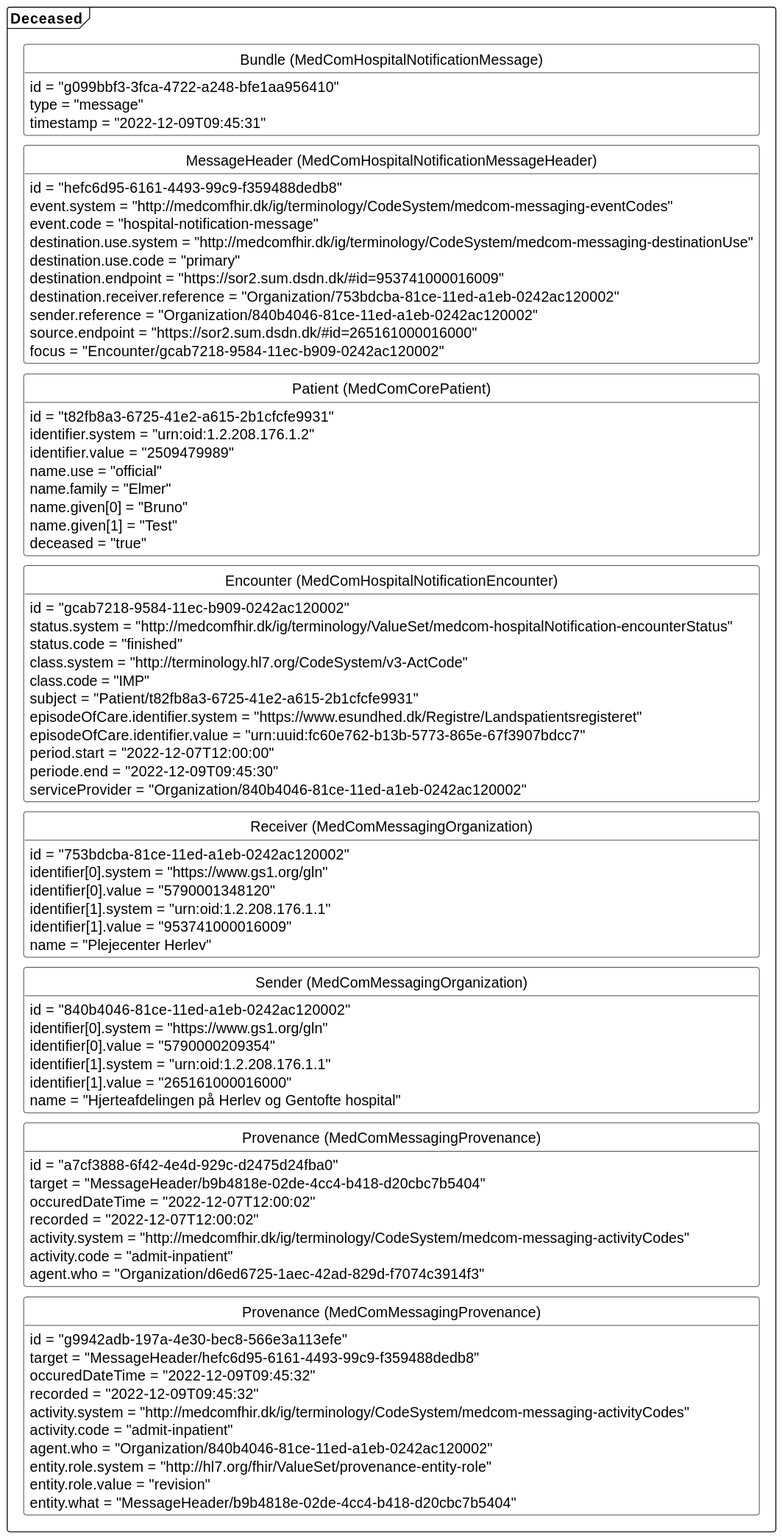
Earlier version of the PlantUML export input/images/hospitalnotification/HNdeceasedInPat.svg (medcomdk/dk-medcom-hospitalnotification). The source it was exported from:
```plantuml
@startuml HNdeceasedInPat

skinparam class {
    BackgroundColor White
    BorderColor Black
    ArrowColor Black
  }
hide circle
hide empty members
skinparam SameClassWidth true
skinparam Ranksep 10


package "Deceased" as finished <<Frame>>{
    class "Bundle  (MedComHospitalNotificationMessage)" as finishedB{
        id = "g099bbf3-3fca-4722-a248-bfe1aa956410"
        type = "message"
        timestamp = "2022-12-09T09:45:31"
    }
    class "MessageHeader  (MedComHospitalNotificationMessageHeader)" as finishedMH{
        id = "hefc6d95-6161-4493-99c9-f359488dedb8"
        event.system = "http://medcomfhir.dk/ig/terminology/CodeSystem/medcom-messaging-eventCodes"
        event.code = "hospital-notification-message"
        destination.use.system = "http://medcomfhir.dk/ig/terminology/CodeSystem/medcom-messaging-destinationUse"
        destination.use.code = "primary"
        destination.endpoint = "https://sor2.sum.dsdn.dk/#id=953741000016009"
        destination.receiver.reference = "Organization/753bdcba-81ce-11ed-a1eb-0242ac120002"
        sender.reference = "Organization/840b4046-81ce-11ed-a1eb-0242ac120002"
        source.endpoint = "https://sor2.sum.dsdn.dk/#id=265161000016000"
        focus = "Encounter/gcab7218-9584-11ec-b909-0242ac120002"
    }
    class "Patient  (MedComCorePatient)" as finishedPT{
        id = "t82fb8a3-6725-41e2-a615-2b1cfcfe9931"
        identifier.system = "urn:oid:1.2.208.176.1.2"
        identifier.value = "2509479989"
        name.use = "official"
        name.family = "Elmer"
        name.given[0] = "Bruno"
        name.given[1] = "Test"
        deceased = "true"
    }
    class "Encounter  (MedComHospitalNotificationEncounter)" as finishedENC{
        id = "gcab7218-9584-11ec-b909-0242ac120002"
        status.system = "http://medcomfhir.dk/ig/terminology/ValueSet/medcom-hospitalNotification-encounterStatus"
        status.code = "finished"
        class.system = "http://terminology.hl7.org/CodeSystem/v3-ActCode"
        class.code = "IMP"
        subject = "Patient/t82fb8a3-6725-41e2-a615-2b1cfcfe9931"
        episodeOfCare.identifier.system = "https://www.esundhed.dk/Registre/Landspatientsregisteret"
        episodeOfCare.identifier.value = "urn:uuid:fc60e762-b13b-5773-865e-67f3907bdcc7"
        period.start = "2022-12-07T12:00:00"
        periode.end = "2022-12-09T09:45:30"
        serviceProvider = "Organization/840b4046-81ce-11ed-a1eb-0242ac120002"
    }
    class "Receiver (MedComMessagingOrganization)" as finishedROrg{
        id = "753bdcba-81ce-11ed-a1eb-0242ac120002"
        identifier[0].system = "https://www.gs1.org/gln"
        identifier[0].value = "5790001348120"
        identifier[1].system = "urn:oid:1.2.208.176.1.1"
        identifier[1].value = "953741000016009"
        name = "Plejecenter Herlev"
    }
    class "Sender (MedComMessagingOrganization)" as finishedSOrg{
        id = "840b4046-81ce-11ed-a1eb-0242ac120002"
        identifier[0].system = "https://www.gs1.org/gln"
        identifier[0].value = "5790000209354"
        identifier[1].system = "urn:oid:1.2.208.176.1.1"
        identifier[1].value = "265161000016000"
        name = "Hjerteafdelingen på Herlev og Gentofte hospital"
    }
    class "Provenance (MedComMessagingProvenance)" as admitfinishedPRO{
        id = "a7cf3888-6f42-4e4d-929c-d2475d24fba0"
        target = "MessageHeader/b9b4818e-02de-4cc4-b418-d20cbc7b5404"
        occuredDateTime = "2022-12-07T12:00:02"
        recorded = "2022-12-07T12:00:02"
        activity.system = "http://medcomfhir.dk/ig/terminology/CodeSystem/medcom-messaging-activityCodes"
        activity.code = "admit-inpatient"
        agent.who = "Organization/d6ed6725-1aec-42ad-829d-f7074c3914f3"
    }
    class "Provenance (MedComMessagingProvenance)" as finishedPRO{
        id = "g9942adb-197a-4e30-bec8-566e3a113efe"
        target = "MessageHeader/hefc6d95-6161-4493-99c9-f359488dedb8"
        occuredDateTime = "2022-12-09T09:45:32"
        recorded = "2022-12-09T09:45:32"
        activity.system = "http://medcomfhir.dk/ig/terminology/CodeSystem/medcom-messaging-activityCodes"
        activity.code = "admit-inpatient"
        agent.who = "Organization/840b4046-81ce-11ed-a1eb-0242ac120002"
        entity.role.system = "http://hl7.org/fhir/ValueSet/provenance-entity-role"
        entity.role.value = "revision"
        entity.what = "MessageHeader/b9b4818e-02de-4cc4-b418-d20cbc7b5404"
    }
finishedB-[hidden]-finishedMH
finishedMH-[hidden]-finishedPT
finishedPT-[hidden]-finishedENC
finishedENC-[hidden]-finishedROrg
finishedROrg-[hidden]-finishedSOrg
finishedSOrg-[hidden]-admitfinishedPRO
admitfinishedPRO-[hidden]-finishedPRO

}


@enduml
```
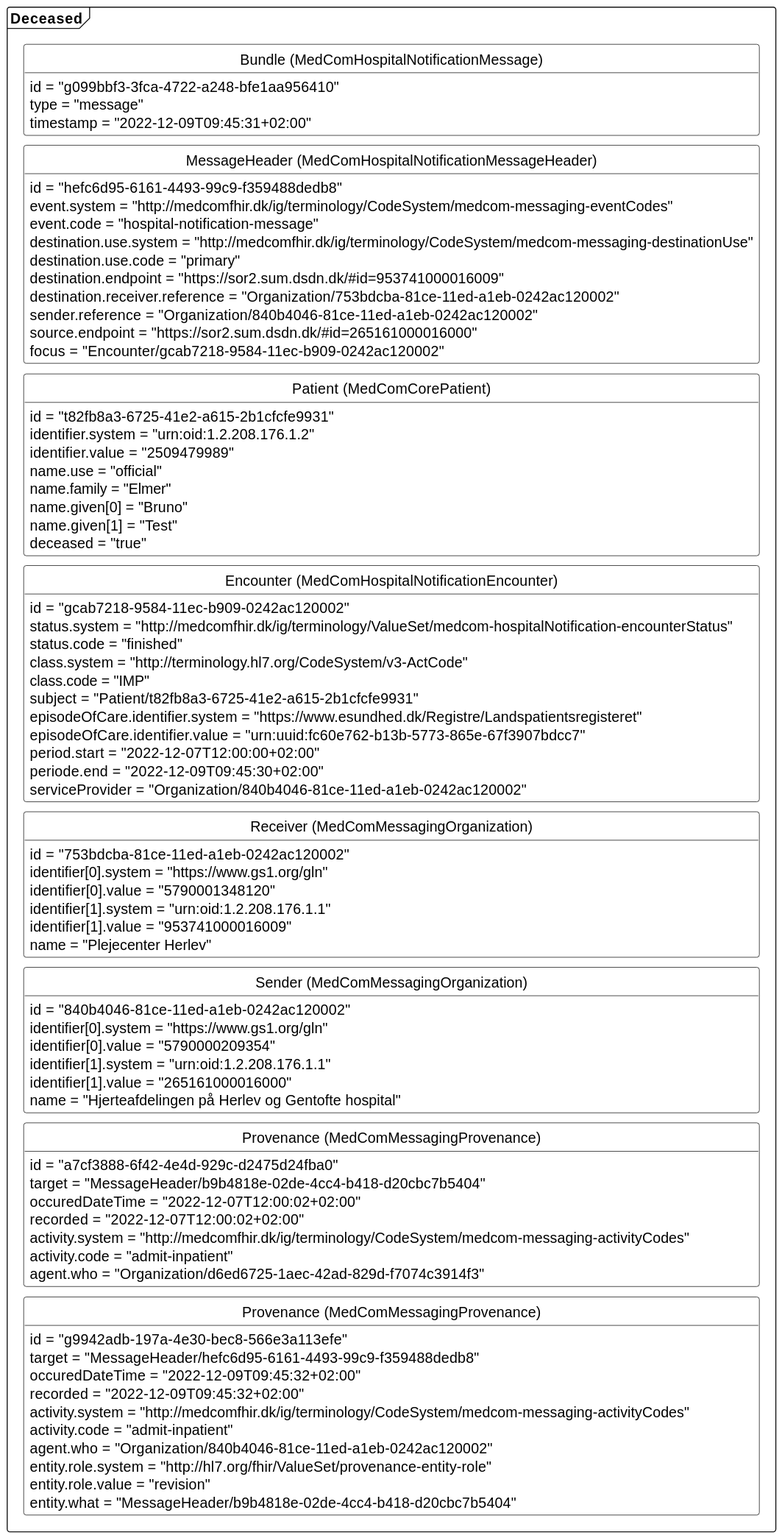
The same file after the commit.

What changed in the source:
```diff
@@ -15,7 +15,7 @@
     class "Bundle  (MedComHospitalNotificationMessage)" as finishedB{
         id = "g099bbf3-3fca-4722-a248-bfe1aa956410"
         type = "message"
-        timestamp = "2022-12-09T09:45:31"
+        timestamp = "2022-12-09T09:45:31+02:00"
     }
     class "MessageHeader  (MedComHospitalNotificationMessageHeader)" as finishedMH{
         id = "hefc6d95-6161-4493-99c9-f359488dedb8"
@@ -48,8 +48,8 @@
         subject = "Patient/t82fb8a3-6725-41e2-a615-2b1cfcfe9931"
         episodeOfCare.identifier.system = "https://www.esundhed.dk/Registre/Landspatientsregisteret"
         episodeOfCare.identifier.value = "urn:uuid:fc60e762-b13b-5773-865e-67f3907bdcc7"
-        period.start = "2022-12-07T12:00:00"
-        periode.end = "2022-12-09T09:45:30"
+        period.start = "2022-12-07T12:00:00+02:00"
+        periode.end = "2022-12-09T09:45:30+02:00"
         serviceProvider = "Organization/840b4046-81ce-11ed-a1eb-0242ac120002"
     }
     class "Receiver (MedComMessagingOrganization)" as finishedROrg{
@@ -71,8 +71,8 @@
     class "Provenance (MedComMessagingProvenance)" as admitfinishedPRO{
         id = "a7cf3888-6f42-4e4d-929c-d2475d24fba0"
         target = "MessageHeader/b9b4818e-02de-4cc4-b418-d20cbc7b5404"
-        occuredDateTime = "2022-12-07T12:00:02"
-        recorded = "2022-12-07T12:00:02"
+        occuredDateTime = "2022-12-07T12:00:02+02:00"
+        recorded = "2022-12-07T12:00:02+02:00"
         activity.system = "http://medcomfhir.dk/ig/terminology/CodeSystem/medcom-messaging-activityCodes"
         activity.code = "admit-inpatient"
         agent.who = "Organization/d6ed6725-1aec-42ad-829d-f7074c3914f3"
@@ -80,8 +80,8 @@
     class "Provenance (MedComMessagingProvenance)" as finishedPRO{
         id = "g9942adb-197a-4e30-bec8-566e3a113efe"
         target = "MessageHeader/hefc6d95-6161-4493-99c9-f359488dedb8"
-        occuredDateTime = "2022-12-09T09:45:32"
-        recorded = "2022-12-09T09:45:32"
+        occuredDateTime = "2022-12-09T09:45:32+02:00"
+        recorded = "2022-12-09T09:45:32+02:00"
         activity.system = "http://medcomfhir.dk/ig/terminology/CodeSystem/medcom-messaging-activityCodes"
         activity.code = "admit-inpatient"
         agent.who = "Organization/840b4046-81ce-11ed-a1eb-0242ac120002"
```
